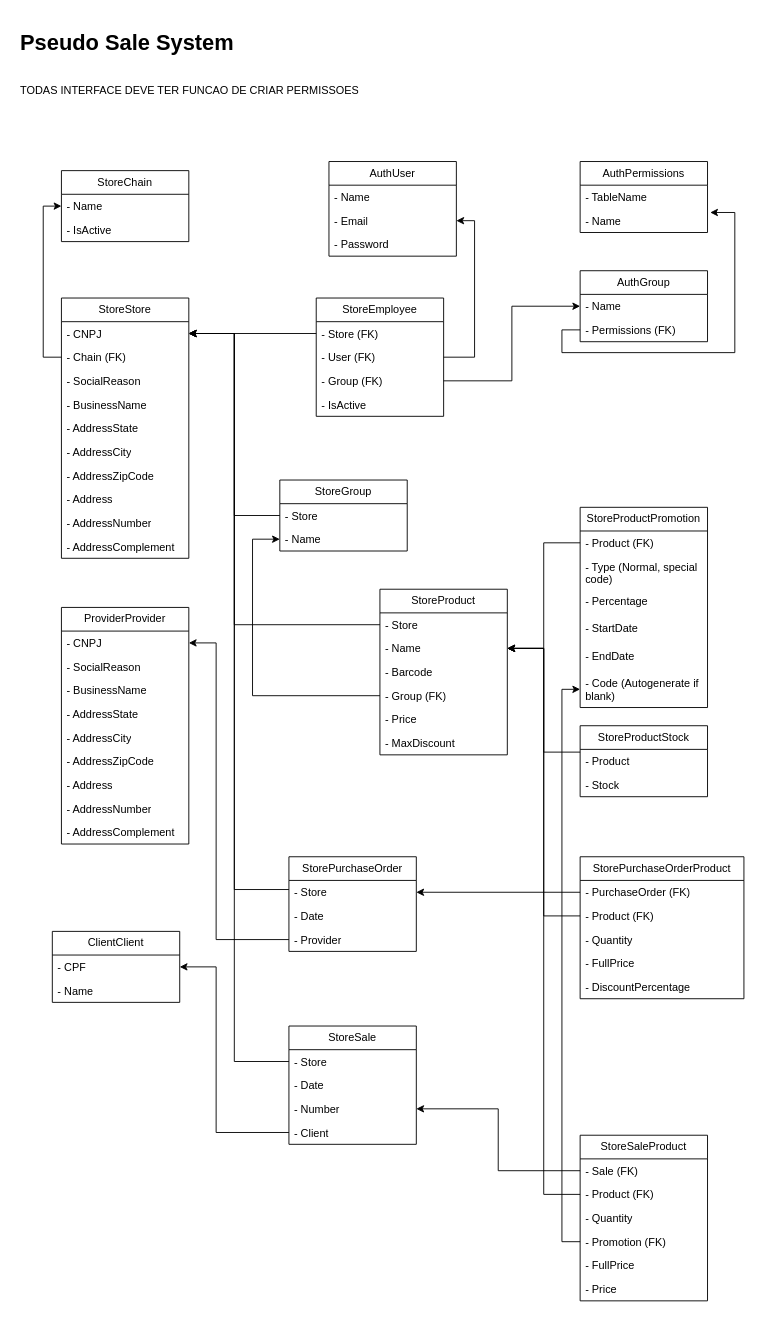
caiofaria2308/simpleSS-back keeps this draw.io diagram as Diagrama de interfaces.drawio. Above is the earlier version. Source tidied: cells renumbered, new cells numbered last; positions are measured from the earlier drawing's top-left corner, leaving out a move shared by most shapes. Both pictures are drawn from the tidied source at 91%, with x=0, y=0 at pixel (15, 25).
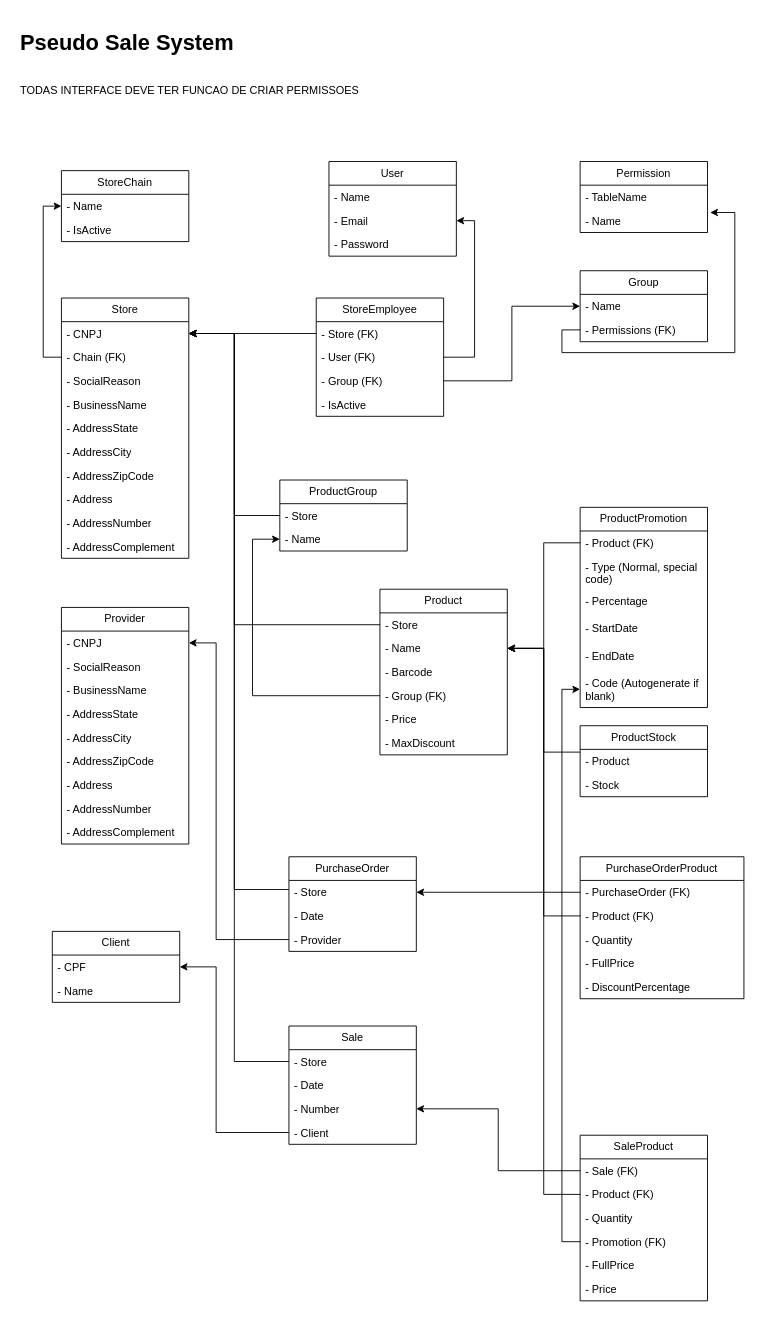
The same diagram, later.

Change to the diagram source:
```diff
@@
-    <mxCell id="3" value="AuthUser" style="swimlane;fontStyle=0;horizontal=1;startSize=26;fillColor=none;whiteSpace=wrap;html=1;" parent="1" vertex="1">
+    <mxCell id="3" value="User" style="swimlane;fontStyle=0;horizontal=1;startSize=26;fillColor=none;whiteSpace=wrap;html=1;" parent="1" vertex="1">
       <mxGeometry x="344" y="150" width="140" height="104" as="geometry" />
     </mxCell>
@@
-    <mxCell id="7" value="StoreStore" style="swimlane;fontStyle=0;horizontal=1;startSize=26;fillColor=none;whiteSpace=wrap;html=1;" parent="1" vertex="1">
+    <mxCell id="7" value="Store" style="swimlane;fontStyle=0;horizontal=1;startSize=26;fillColor=none;whiteSpace=wrap;html=1;" parent="1" vertex="1">
       <mxGeometry x="50" y="300" width="140" height="286" as="geometry" />
     </mxCell>
@@
-    <mxCell id="25" value="StoreProduct" style="swimlane;fontStyle=0;horizontal=1;startSize=26;fillColor=none;whiteSpace=wrap;html=1;" parent="1" vertex="1">
+    <mxCell id="25" value="Product" style="swimlane;fontStyle=0;horizontal=1;startSize=26;fillColor=none;whiteSpace=wrap;html=1;" parent="1" vertex="1">
       <mxGeometry x="400" y="620" width="140" height="182" as="geometry" />
     </mxCell>
@@
-    <mxCell id="32" value="StoreGroup" style="swimlane;fontStyle=0;horizontal=1;startSize=26;fillColor=none;whiteSpace=wrap;html=1;" parent="1" vertex="1">
+    <mxCell id="32" value="ProductGroup" style="swimlane;fontStyle=0;horizontal=1;startSize=26;fillColor=none;whiteSpace=wrap;html=1;" parent="1" vertex="1">
       <mxGeometry x="290" y="500" width="140" height="78" as="geometry" />
     </mxCell>
@@
-    <mxCell id="35" value="AuthPermissions" style="swimlane;fontStyle=0;horizontal=1;startSize=26;fillColor=none;whiteSpace=wrap;html=1;" parent="1" vertex="1">
+    <mxCell id="35" value="Permission" style="swimlane;fontStyle=0;horizontal=1;startSize=26;fillColor=none;whiteSpace=wrap;html=1;" parent="1" vertex="1">
       <mxGeometry x="620" y="150" width="140" height="78" as="geometry" />
     </mxCell>
@@
-    <mxCell id="38" value="AuthGroup" style="swimlane;fontStyle=0;horizontal=1;startSize=26;fillColor=none;whiteSpace=wrap;html=1;" parent="1" vertex="1">
+    <mxCell id="38" value="Group" style="swimlane;fontStyle=0;horizontal=1;startSize=26;fillColor=none;whiteSpace=wrap;html=1;" parent="1" vertex="1">
       <mxGeometry x="620" y="270" width="140" height="78" as="geometry" />
     </mxCell>
@@
-    <mxCell id="46" value="StoreProductStock" style="swimlane;fontStyle=0;horizontal=1;startSize=26;fillColor=none;whiteSpace=wrap;html=1;" parent="1" vertex="1">
+    <mxCell id="46" value="ProductStock" style="swimlane;fontStyle=0;horizontal=1;startSize=26;fillColor=none;whiteSpace=wrap;html=1;" parent="1" vertex="1">
       <mxGeometry x="620" y="770" width="140" height="78" as="geometry" />
     </mxCell>
@@
-    <mxCell id="54" value="StorePurchaseOrder" style="swimlane;fontStyle=0;horizontal=1;startSize=26;fillColor=none;whiteSpace=wrap;html=1;" parent="1" vertex="1">
+    <mxCell id="54" value="PurchaseOrder" style="swimlane;fontStyle=0;horizontal=1;startSize=26;fillColor=none;whiteSpace=wrap;html=1;" parent="1" vertex="1">
       <mxGeometry x="300" y="914" width="140" height="104" as="geometry" />
     </mxCell>
@@
-    <mxCell id="58" value="ProviderProvider" style="swimlane;fontStyle=0;horizontal=1;startSize=26;fillColor=none;whiteSpace=wrap;html=1;" parent="1" vertex="1">
+    <mxCell id="58" value="Provider" style="swimlane;fontStyle=0;horizontal=1;startSize=26;fillColor=none;whiteSpace=wrap;html=1;" parent="1" vertex="1">
       <mxGeometry x="50" y="640" width="140" height="260" as="geometry" />
     </mxCell>
@@
-    <mxCell id="68" value="StorePurchaseOrderProduct" style="swimlane;fontStyle=0;horizontal=1;startSize=26;fillColor=none;whiteSpace=wrap;html=1;" parent="1" vertex="1">
+    <mxCell id="68" value="PurchaseOrderProduct" style="swimlane;fontStyle=0;horizontal=1;startSize=26;fillColor=none;whiteSpace=wrap;html=1;" parent="1" vertex="1">
       <mxGeometry x="620" y="914" width="180" height="156" as="geometry" />
     </mxCell>
@@
-    <mxCell id="77" value="StoreProductPromotion" style="swimlane;fontStyle=0;horizontal=1;startSize=26;fillColor=none;whiteSpace=wrap;html=1;" parent="1" vertex="1">
+    <mxCell id="77" value="ProductPromotion" style="swimlane;fontStyle=0;horizontal=1;startSize=26;fillColor=none;whiteSpace=wrap;html=1;" parent="1" vertex="1">
       <mxGeometry x="620" y="530" width="140" height="220" as="geometry" />
     </mxCell>
@@
-    <mxCell id="86" value="StoreSale" style="swimlane;fontStyle=0;horizontal=1;startSize=26;fillColor=none;whiteSpace=wrap;html=1;" parent="1" vertex="1">
+    <mxCell id="86" value="Sale" style="swimlane;fontStyle=0;horizontal=1;startSize=26;fillColor=none;whiteSpace=wrap;html=1;" parent="1" vertex="1">
       <mxGeometry x="300" y="1100" width="140" height="130" as="geometry" />
     </mxCell>
@@
-    <mxCell id="92" value="ClientClient" style="swimlane;fontStyle=0;horizontal=1;startSize=26;fillColor=none;whiteSpace=wrap;html=1;" parent="1" vertex="1">
+    <mxCell id="92" value="Client" style="swimlane;fontStyle=0;horizontal=1;startSize=26;fillColor=none;whiteSpace=wrap;html=1;" parent="1" vertex="1">
       <mxGeometry x="40" y="996" width="140" height="78" as="geometry" />
     </mxCell>
@@
-    <mxCell id="96" value="StoreSaleProduct" style="swimlane;fontStyle=0;horizontal=1;startSize=26;fillColor=none;whiteSpace=wrap;html=1;" parent="1" vertex="1">
+    <mxCell id="96" value="SaleProduct" style="swimlane;fontStyle=0;horizontal=1;startSize=26;fillColor=none;whiteSpace=wrap;html=1;" parent="1" vertex="1">
       <mxGeometry x="620" y="1220" width="140" height="182" as="geometry" />
     </mxCell>
```
